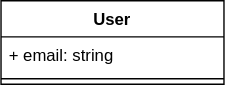
Before: documentation/uml-class-diagram.drawio.svg, a diagram exported from draw.io (cedric816/symfacture). Source tidied: cells renumbered, new cells last; positions are measured from the earlier drawing's top-left corner, leaving out a move shared by most shapes. Its diagram source:
```xml
<mxGraphModel>
  <root>
    <mxCell id="0" />
    <mxCell id="1" parent="0" />
    <mxCell id="2" value="User" style="swimlane;fontStyle=1;align=center;verticalAlign=top;horizontal=1;startSize=26;" parent="1" vertex="1">
      <mxGeometry width="160" height="60" as="geometry" />
    </mxCell>
    <mxCell id="3" value="+ email: string" style="text;strokeColor=none;fillColor=none;align=left;verticalAlign=top;spacingLeft=4;spacingRight=4;overflow=hidden;" parent="2" vertex="1">
      <mxGeometry y="26" width="160" height="26" as="geometry" />
    </mxCell>
    <mxCell id="4" style="line;strokeWidth=1;fillColor=none;align=left;verticalAlign=middle;spacingTop=-1;spacingLeft=3;spacingRight=3;labelPosition=right;strokeColor=inherit;" parent="2" vertex="1">
      <mxGeometry y="52" width="160" height="8" as="geometry" />
    </mxCell>
  </root>
</mxGraphModel>
```
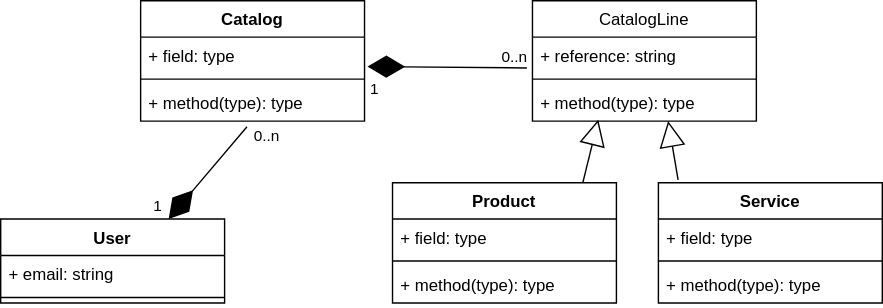
The same diagram one commit later.

The edit, as a diff of the source:
```diff
@@ -11,5 +11,85 @@
     <mxCell id="4" style="line;strokeWidth=1;fillColor=none;align=left;verticalAlign=middle;spacingTop=-1;spacingLeft=3;spacingRight=3;labelPosition=right;strokeColor=inherit;" parent="2" vertex="1">
       <mxGeometry y="52" width="160" height="8" as="geometry" />
     </mxCell>
+    <mxCell id="5" value="Catalog" style="swimlane;fontStyle=1;align=center;verticalAlign=top;horizontal=1;startSize=26;" parent="1" vertex="1">
+      <mxGeometry x="100" y="-156" width="160" height="86" as="geometry" />
+    </mxCell>
+    <mxCell id="6" value="+ field: type" style="text;strokeColor=none;fillColor=none;align=left;verticalAlign=top;spacingLeft=4;spacingRight=4;overflow=hidden;points=[[0,0.5],[1,0.5]];portConstraint=eastwest;" parent="5" vertex="1">
+      <mxGeometry y="26" width="160" height="26" as="geometry" />
+    </mxCell>
+    <mxCell id="7" style="line;strokeWidth=1;fillColor=none;align=left;verticalAlign=middle;spacingTop=-1;spacingLeft=3;spacingRight=3;labelPosition=right;strokeColor=inherit;" parent="5" vertex="1">
+      <mxGeometry y="52" width="160" height="8" as="geometry" />
+    </mxCell>
+    <mxCell id="8" value="+ method(type): type" style="text;strokeColor=none;fillColor=none;align=left;verticalAlign=top;spacingLeft=4;spacingRight=4;overflow=hidden;points=[[0,0.5],[1,0.5]];portConstraint=eastwest;" parent="5" vertex="1">
+      <mxGeometry y="60" width="160" height="26" as="geometry" />
+    </mxCell>
+    <mxCell id="9" value="CatalogLine" style="swimlane;fontStyle=0;align=center;verticalAlign=top;horizontal=1;startSize=26;" parent="1" vertex="1">
+      <mxGeometry x="380" y="-156" width="160" height="86" as="geometry" />
+    </mxCell>
+    <mxCell id="10" value="+ reference: string" style="text;strokeColor=none;fillColor=none;align=left;verticalAlign=top;spacingLeft=4;spacingRight=4;overflow=hidden;points=[[0,0.5],[1,0.5]];portConstraint=eastwest;" parent="9" vertex="1">
+      <mxGeometry y="26" width="160" height="26" as="geometry" />
+    </mxCell>
+    <mxCell id="11" style="line;strokeWidth=1;fillColor=none;align=left;verticalAlign=middle;spacingTop=-1;spacingLeft=3;spacingRight=3;labelPosition=right;strokeColor=inherit;" parent="9" vertex="1">
+      <mxGeometry y="52" width="160" height="8" as="geometry" />
+    </mxCell>
+    <mxCell id="12" value="+ method(type): type" style="text;strokeColor=none;fillColor=none;align=left;verticalAlign=top;spacingLeft=4;spacingRight=4;overflow=hidden;points=[[0,0.5],[1,0.5]];portConstraint=eastwest;" parent="9" vertex="1">
+      <mxGeometry y="60" width="160" height="26" as="geometry" />
+    </mxCell>
+    <mxCell id="13" value="Product" style="swimlane;fontStyle=1;align=center;verticalAlign=top;horizontal=1;startSize=26;" parent="1" vertex="1">
+      <mxGeometry x="280" y="-26" width="160" height="86" as="geometry" />
+    </mxCell>
+    <mxCell id="14" value="+ field: type" style="text;strokeColor=none;fillColor=none;align=left;verticalAlign=top;spacingLeft=4;spacingRight=4;overflow=hidden;" parent="13" vertex="1">
+      <mxGeometry y="26" width="160" height="26" as="geometry" />
+    </mxCell>
+    <mxCell id="15" style="line;strokeWidth=1;fillColor=none;align=left;verticalAlign=middle;spacingTop=-1;spacingLeft=3;spacingRight=3;labelPosition=right;strokeColor=inherit;" parent="13" vertex="1">
+      <mxGeometry y="52" width="160" height="8" as="geometry" />
+    </mxCell>
+    <mxCell id="16" value="+ method(type): type" style="text;strokeColor=none;fillColor=none;align=left;verticalAlign=top;spacingLeft=4;spacingRight=4;overflow=hidden;" parent="13" vertex="1">
+      <mxGeometry y="60" width="160" height="26" as="geometry" />
+    </mxCell>
+    <mxCell id="17" value="Service" style="swimlane;fontStyle=1;align=center;verticalAlign=top;horizontal=1;startSize=26;" parent="1" vertex="1">
+      <mxGeometry x="470" y="-26" width="160" height="86" as="geometry" />
+    </mxCell>
+    <mxCell id="18" value="+ field: type" style="text;strokeColor=none;fillColor=none;align=left;verticalAlign=top;spacingLeft=4;spacingRight=4;overflow=hidden;" parent="17" vertex="1">
+      <mxGeometry y="26" width="160" height="26" as="geometry" />
+    </mxCell>
+    <mxCell id="19" style="line;strokeWidth=1;fillColor=none;align=left;verticalAlign=middle;spacingTop=-1;spacingLeft=3;spacingRight=3;labelPosition=right;strokeColor=inherit;" parent="17" vertex="1">
+      <mxGeometry y="52" width="160" height="8" as="geometry" />
+    </mxCell>
+    <mxCell id="20" value="+ method(type): type" style="text;strokeColor=none;fillColor=none;align=left;verticalAlign=top;spacingLeft=4;spacingRight=4;overflow=hidden;" parent="17" vertex="1">
+      <mxGeometry y="60" width="160" height="26" as="geometry" />
+    </mxCell>
+    <mxCell id="21" style="endArrow=block;endSize=16;endFill=0;html=1;entryX=0.294;entryY=0.962;entryDx=0;entryDy=0;entryPerimeter=0;exitX=0.85;exitY=0;exitDx=0;exitDy=0;exitPerimeter=0;" parent="1" edge="1" source="13" target="12">
+      <mxGeometry relative="1" as="geometry" />
+    </mxCell>
+    <mxCell id="22" style="endArrow=block;endSize=16;endFill=0;html=1;exitX=0.088;exitY=-0.023;exitDx=0;exitDy=0;exitPerimeter=0;entryX=0.606;entryY=1;entryDx=0;entryDy=0;entryPerimeter=0;" parent="1" edge="1" source="17" target="12">
+      <mxGeometry relative="1" as="geometry" />
+    </mxCell>
+    <mxCell id="23" style="endArrow=diamondThin;endFill=1;endSize=24;html=1;entryX=0.75;entryY=0;entryDx=0;entryDy=0;exitX=0.475;exitY=1.154;exitDx=0;exitDy=0;exitPerimeter=0;" parent="1" edge="1" source="8" target="2">
+      <mxGeometry relative="1" as="geometry" />
+    </mxCell>
+    <mxCell id="24" value="0..n" style="edgeLabel;html=1;align=center;verticalAlign=middle;" parent="23" vertex="1">
+      <mxGeometry x="-0.47" y="4" relative="1" as="geometry">
+        <mxPoint x="25" y="-14" as="offset" />
+      </mxGeometry>
+    </mxCell>
+    <mxCell id="25" value="1" style="edgeLabel;html=1;align=center;verticalAlign=middle;" parent="23" vertex="1">
+      <mxGeometry x="0.31" y="-2" relative="1" as="geometry">
+        <mxPoint x="-26" y="14" as="offset" />
+      </mxGeometry>
+    </mxCell>
+    <mxCell id="26" style="endArrow=diamondThin;endFill=1;endSize=24;html=1;entryX=1.013;entryY=0.808;entryDx=0;entryDy=0;exitX=-0.025;exitY=0.846;exitDx=0;exitDy=0;exitPerimeter=0;entryPerimeter=0;" parent="1" edge="1" source="10" target="6">
+      <mxGeometry relative="1" as="geometry" />
+    </mxCell>
+    <mxCell id="27" value="0..n" style="edgeLabel;html=1;align=center;verticalAlign=middle;" parent="26" vertex="1">
+      <mxGeometry x="-0.47" y="4" relative="1" as="geometry">
+        <mxPoint x="21" y="-12" as="offset" />
+      </mxGeometry>
+    </mxCell>
+    <mxCell id="28" value="1" style="edgeLabel;html=1;align=center;verticalAlign=middle;" parent="26" vertex="1">
+      <mxGeometry x="0.31" y="-2" relative="1" as="geometry">
+        <mxPoint x="-35" y="17" as="offset" />
+      </mxGeometry>
+    </mxCell>
   </root>
 </mxGraphModel>
```
